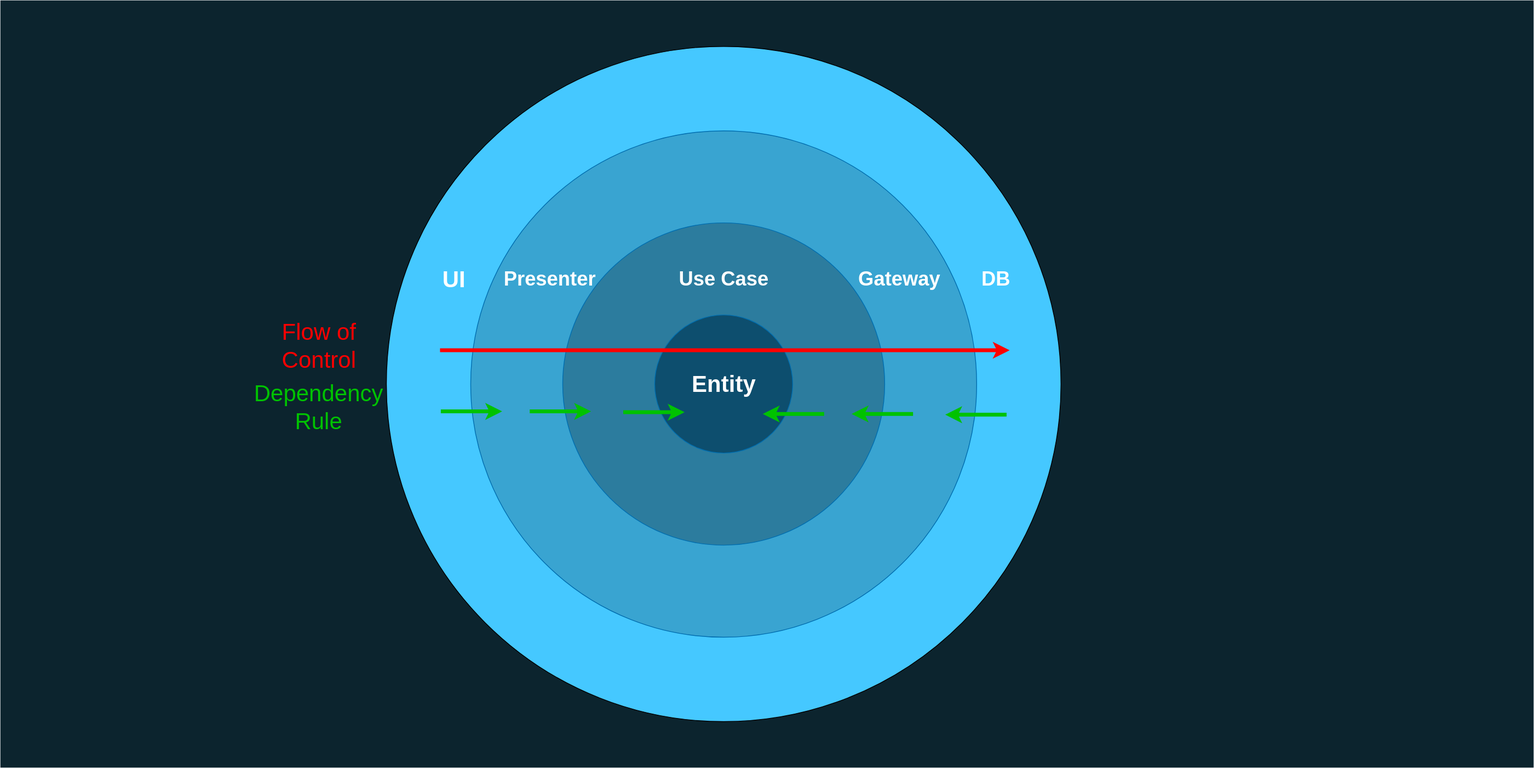
The draw.io diagram diagrams/images/caFlowControlDependencyRule1.svg in AlexanderLapygin/dependency-inversion-slides, before a commit. Source tidied: cells renumbered, new cells last; positions are measured from the earlier drawing's top-left corner, leaving out a move shared by most shapes.
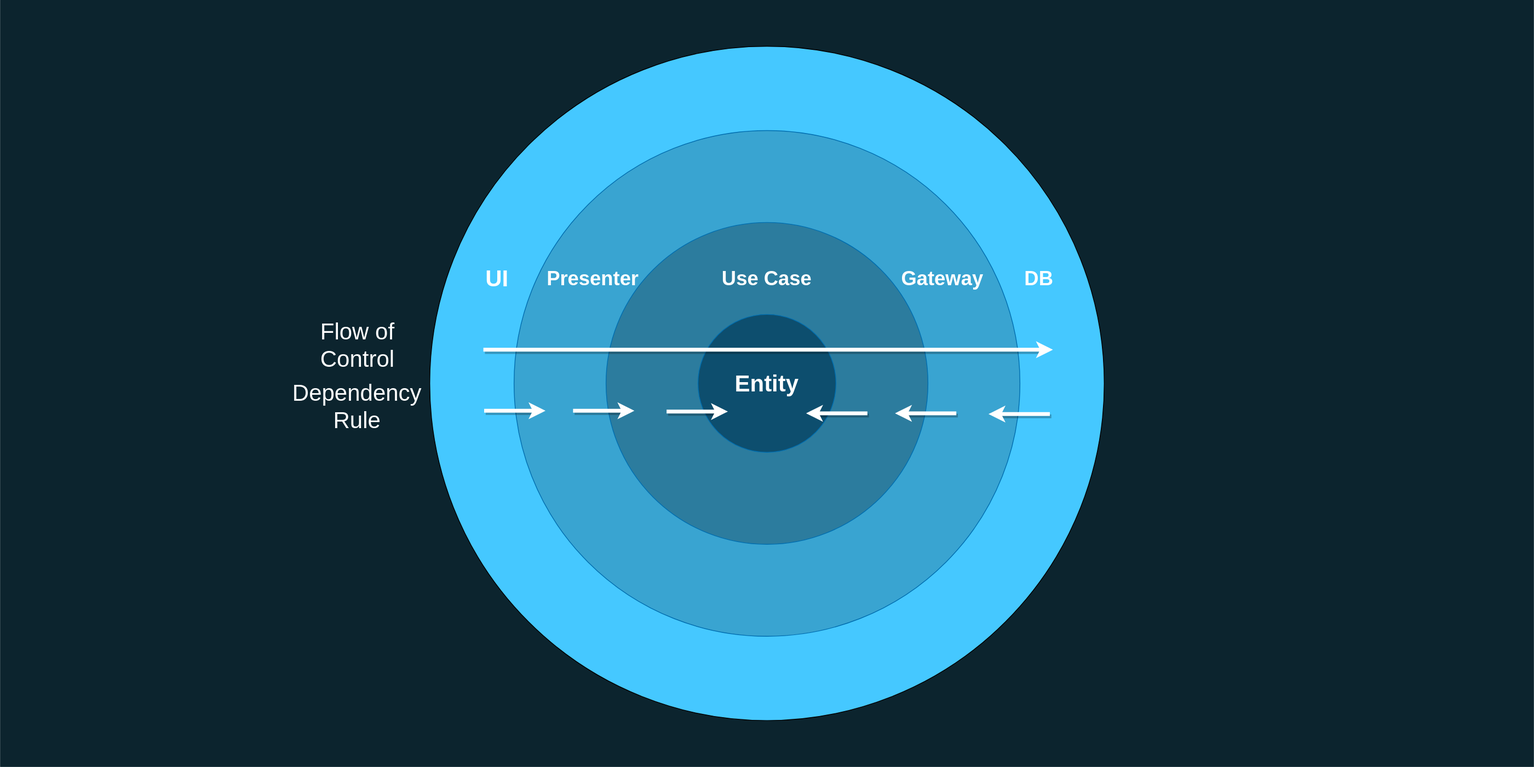
After the change.

The edit, as a diff of the source:
```diff
@@ -2,8 +2,8 @@
   <root>
     <mxCell id="0" />
     <mxCell id="1" parent="0" />
-    <mxCell id="2" style="rounded=0;whiteSpace=wrap;html=1;fillColor=#0C242E;fontSize=30;fontColor=#FFFFFF;strokeColor=none;" parent="1" vertex="1">
-      <mxGeometry y="-0.1" width="2000" height="1000" as="geometry" />
+    <mxCell id="2" style="rounded=0;whiteSpace=wrap;html=1;fillColor=#0C242E;fontSize=30;fontColor=#FFFFFF;strokeColor=#0C242E;" parent="1" vertex="1">
+      <mxGeometry x="-56.5" y="-0.1" width="2000" height="1000" as="geometry" />
     </mxCell>
     <mxCell id="3" style="ellipse;whiteSpace=wrap;html=1;fillColor=#45C8FF;fontSize=30;labelPosition=center;verticalLabelPosition=top;align=center;verticalAlign=bottom;" parent="1" vertex="1">
       <mxGeometry x="503.5" y="59.9" width="880" height="880" as="geometry" />
@@ -32,49 +32,49 @@
     <mxCell id="11" value="UI" style="text;html=1;strokeColor=none;fillColor=none;align=center;verticalAlign=middle;whiteSpace=wrap;rounded=0;fontSize=30;fontStyle=1;fontColor=#FFFFFF;" parent="1" vertex="1">
       <mxGeometry x="551.5" y="322.9" width="80" height="80" as="geometry" />
     </mxCell>
-    <mxCell id="12" style="endArrow=classic;html=1;fontSize=30;endFill=1;strokeWidth=5;strokeColor=#00C200;" parent="1" edge="1">
+    <mxCell id="12" style="endArrow=classic;html=1;fontSize=30;endFill=1;strokeWidth=5;strokeColor=#FFFFFF;fontColor=#FFFFFF;shadow=1;" parent="1" edge="1">
       <mxGeometry relative="1" as="geometry">
         <mxPoint x="1074.5" y="538.9" as="sourcePoint" />
         <mxPoint x="994.5" y="538.9" as="targetPoint" />
       </mxGeometry>
     </mxCell>
-    <mxCell id="13" style="endArrow=classic;html=1;fontSize=30;endFill=1;strokeWidth=5;strokeColor=#00C200;" parent="1" edge="1">
+    <mxCell id="13" style="endArrow=classic;html=1;fontSize=30;endFill=1;strokeWidth=5;strokeColor=#FFFFFF;fontColor=#FFFFFF;shadow=1;" parent="1" edge="1">
       <mxGeometry relative="1" as="geometry">
         <mxPoint x="1190.5" y="538.9" as="sourcePoint" />
         <mxPoint x="1110.5" y="538.9" as="targetPoint" />
       </mxGeometry>
     </mxCell>
-    <mxCell id="14" style="endArrow=classic;html=1;fontSize=30;endFill=1;strokeWidth=5;strokeColor=#00C200;" parent="1" edge="1">
+    <mxCell id="14" style="endArrow=classic;html=1;fontSize=30;endFill=1;strokeWidth=5;strokeColor=#FFFFFF;fontColor=#FFFFFF;shadow=1;" parent="1" edge="1">
       <mxGeometry relative="1" as="geometry">
         <mxPoint x="1312.5" y="539.9" as="sourcePoint" />
         <mxPoint x="1232.5" y="539.9" as="targetPoint" />
       </mxGeometry>
     </mxCell>
-    <mxCell id="15" value="Dependency Rule" style="text;html=1;strokeColor=none;fillColor=none;align=center;verticalAlign=middle;whiteSpace=wrap;rounded=0;fontSize=30;fontStyle=0;fontColor=#00C200;" parent="1" vertex="1">
-      <mxGeometry x="330" y="489.9" width="171" height="80" as="geometry" />
+    <mxCell id="15" value="Dependency Rule" style="text;html=1;strokeColor=none;fillColor=none;align=center;verticalAlign=middle;whiteSpace=wrap;rounded=0;fontSize=30;fontStyle=0;fontColor=#FFFFFF;" parent="1" vertex="1">
+      <mxGeometry x="323.5" y="489.9" width="171" height="80" as="geometry" />
     </mxCell>
-    <mxCell id="16" style="endArrow=classic;html=1;strokeColor=#FF0000;strokeWidth=5;fontSize=30;fontColor=#FFFFFF;endFill=0;startArrow=none;startFill=0;" parent="1" edge="1">
+    <mxCell id="16" style="endArrow=classic;html=1;strokeColor=#FFFFFF;strokeWidth=5;fontSize=30;fontColor=#FFFFFF;endFill=0;startArrow=none;startFill=0;shadow=1;" parent="1" edge="1">
       <mxGeometry relative="1" as="geometry">
         <mxPoint x="573.5" y="455.9" as="sourcePoint" />
         <mxPoint x="1316.5" y="455.9" as="targetPoint" />
       </mxGeometry>
     </mxCell>
-    <mxCell id="17" value="Flow of&lt;br&gt;Control" style="text;html=1;strokeColor=none;fillColor=none;align=center;verticalAlign=middle;whiteSpace=wrap;rounded=0;fontSize=30;fontStyle=0;fontColor=#FF0000;" parent="1" vertex="1">
-      <mxGeometry x="350.5" y="409.9" width="130" height="80" as="geometry" />
+    <mxCell id="17" value="Flow of&lt;br&gt;Control" style="text;html=1;strokeColor=none;fillColor=none;align=center;verticalAlign=middle;whiteSpace=wrap;rounded=0;fontSize=30;fontStyle=0;fontColor=#FFFFFF;" parent="1" vertex="1">
+      <mxGeometry x="344" y="409.9" width="130" height="80" as="geometry" />
     </mxCell>
-    <mxCell id="18" style="endArrow=none;html=1;fontSize=30;endFill=0;strokeWidth=5;strokeColor=#00C200;startArrow=classic;startFill=0;" parent="1" edge="1">
+    <mxCell id="18" style="endArrow=none;html=1;fontSize=30;endFill=0;strokeWidth=5;strokeColor=#FFFFFF;startArrow=classic;startFill=0;fontColor=#FFFFFF;shadow=1;" parent="1" edge="1">
       <mxGeometry relative="1" as="geometry">
         <mxPoint x="654.5" y="535.6" as="sourcePoint" />
         <mxPoint x="574.5" y="535.6" as="targetPoint" />
       </mxGeometry>
     </mxCell>
-    <mxCell id="19" style="endArrow=none;html=1;fontSize=30;endFill=0;strokeWidth=5;strokeColor=#00C200;startArrow=classic;startFill=0;" parent="1" edge="1">
+    <mxCell id="19" style="endArrow=none;html=1;fontSize=30;endFill=0;strokeWidth=5;strokeColor=#FFFFFF;startArrow=classic;startFill=0;fontColor=#FFFFFF;shadow=1;" parent="1" edge="1">
       <mxGeometry relative="1" as="geometry">
         <mxPoint x="770.5" y="535.6" as="sourcePoint" />
         <mxPoint x="690.5" y="535.6" as="targetPoint" />
       </mxGeometry>
     </mxCell>
-    <mxCell id="20" style="endArrow=none;html=1;fontSize=30;endFill=0;strokeWidth=5;strokeColor=#00C200;startArrow=classic;startFill=0;" parent="1" edge="1">
+    <mxCell id="20" style="endArrow=none;html=1;fontSize=30;endFill=0;strokeWidth=5;strokeColor=#FFFFFF;startArrow=classic;startFill=0;fontColor=#FFFFFF;shadow=1;" parent="1" edge="1">
       <mxGeometry relative="1" as="geometry">
         <mxPoint x="892.5" y="536.6" as="sourcePoint" />
         <mxPoint x="812.5" y="536.6" as="targetPoint" />
```
